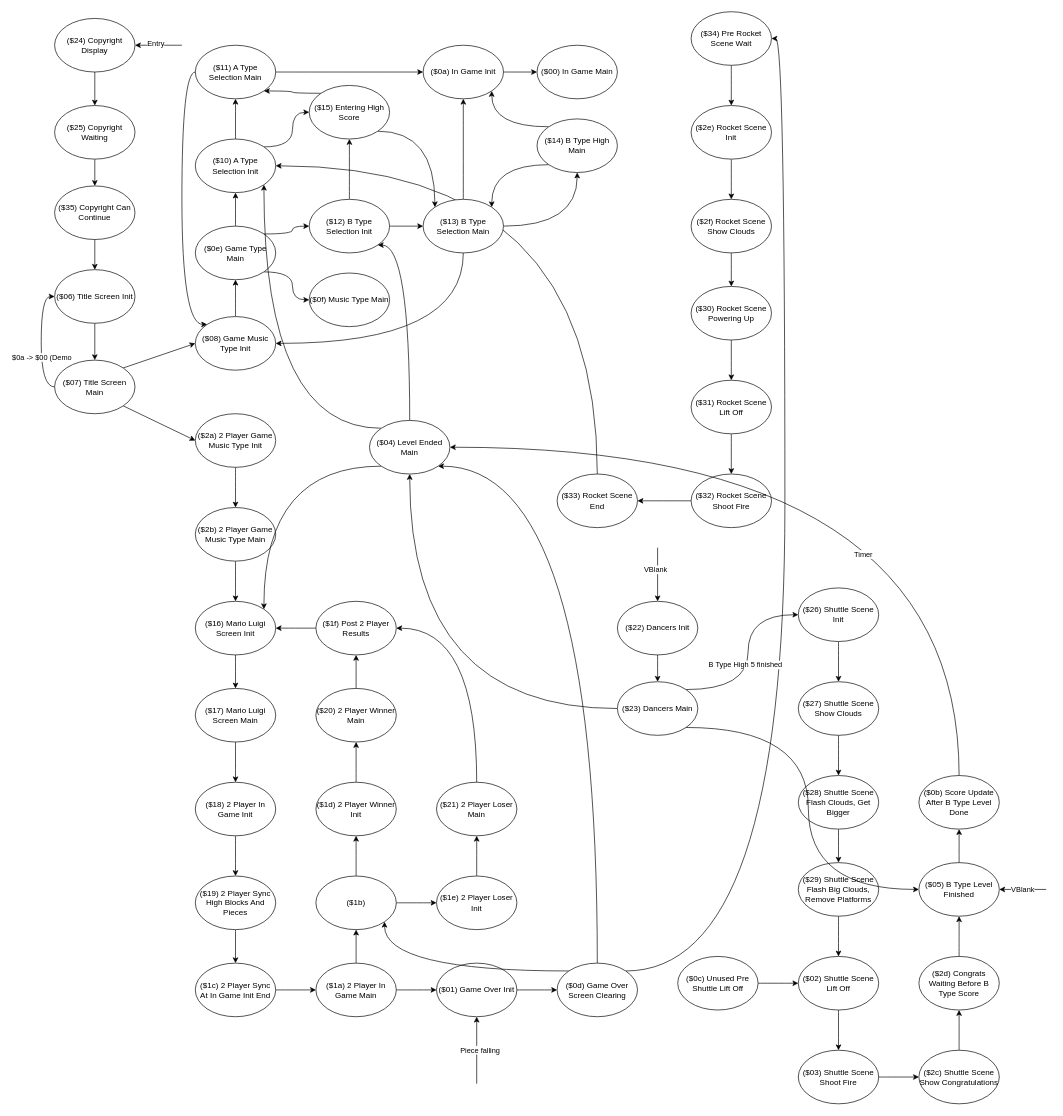
The draw.io diagram docs/tetris.drawio in vinheim3/tetris-gb-disasm, before the edit. Source tidied: cells renumbered, new cells numbered last; positions are measured from the earlier drawing's top-left corner, leaving out a move shared by most shapes. Both pictures are drawn from the tidied source at 67%, with x=0, y=0 at pixel (54, 11).
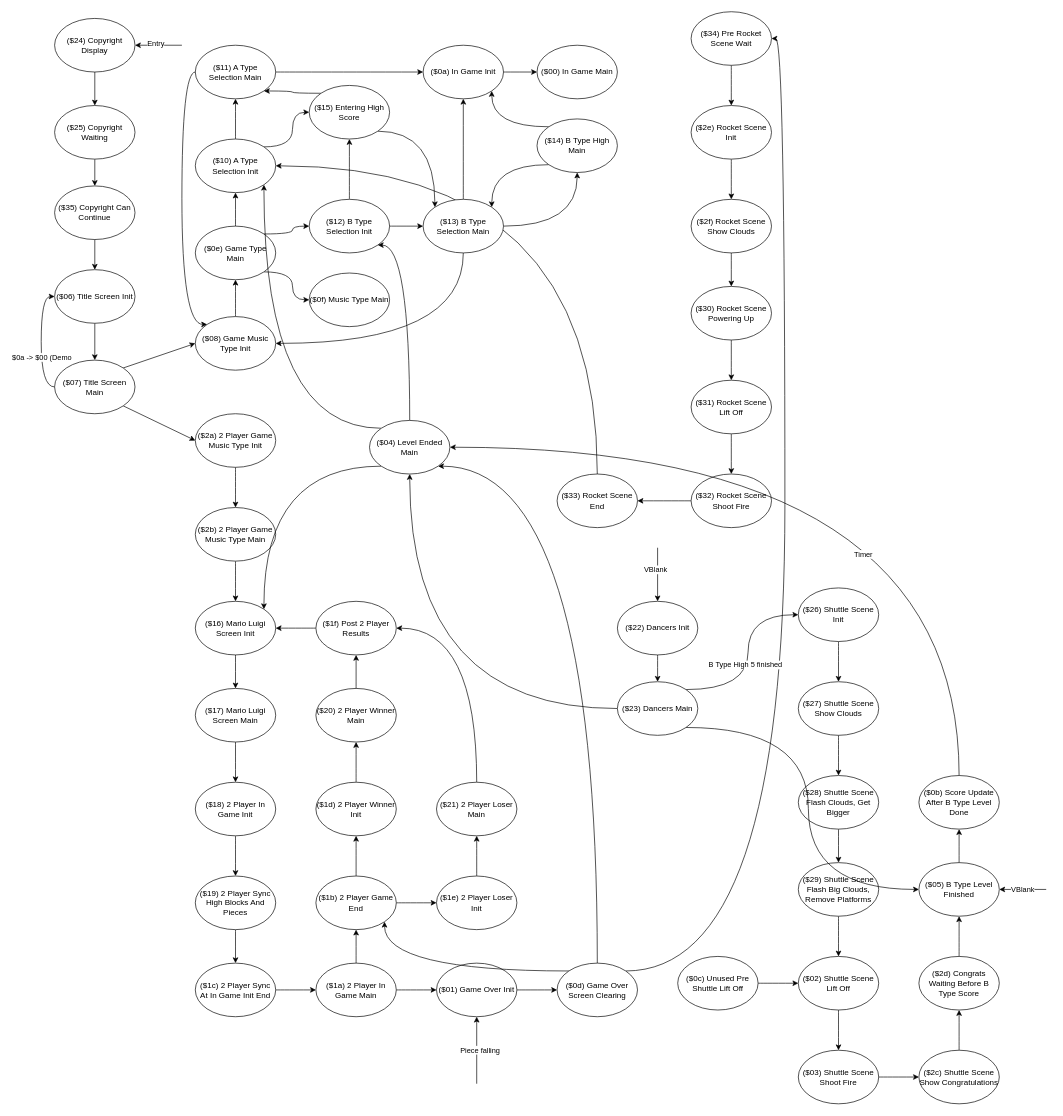
Above is the later version.

What changed in the source:
```diff
@@
-    <mxCell id="36" value="($1b)" style="ellipse;whiteSpace=wrap;html=1;" parent="1" vertex="1">
+    <mxCell id="36" value="($1b) 2 Player Game End" style="ellipse;whiteSpace=wrap;html=1;" parent="1" vertex="1">
       <mxGeometry x="390" y="1290" width="120" height="80" as="geometry" />
     </mxCell>
```
